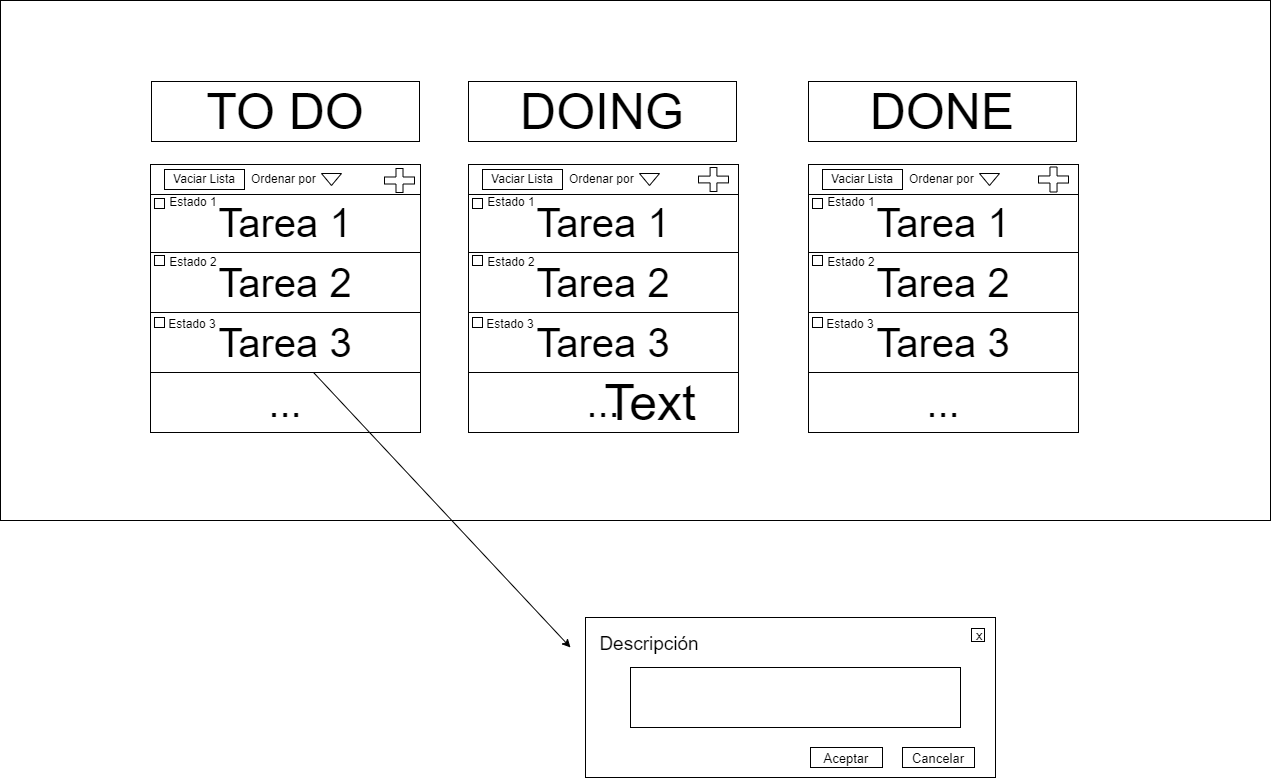
This is Maquetacion.png from OsmanMehmed/todo-list-web-nativo, a draw.io export, as it was before one commit. Source tidied: cells renumbered, new cells last; positions are measured from the earlier drawing's top-left corner, leaving out a move shared by most shapes.
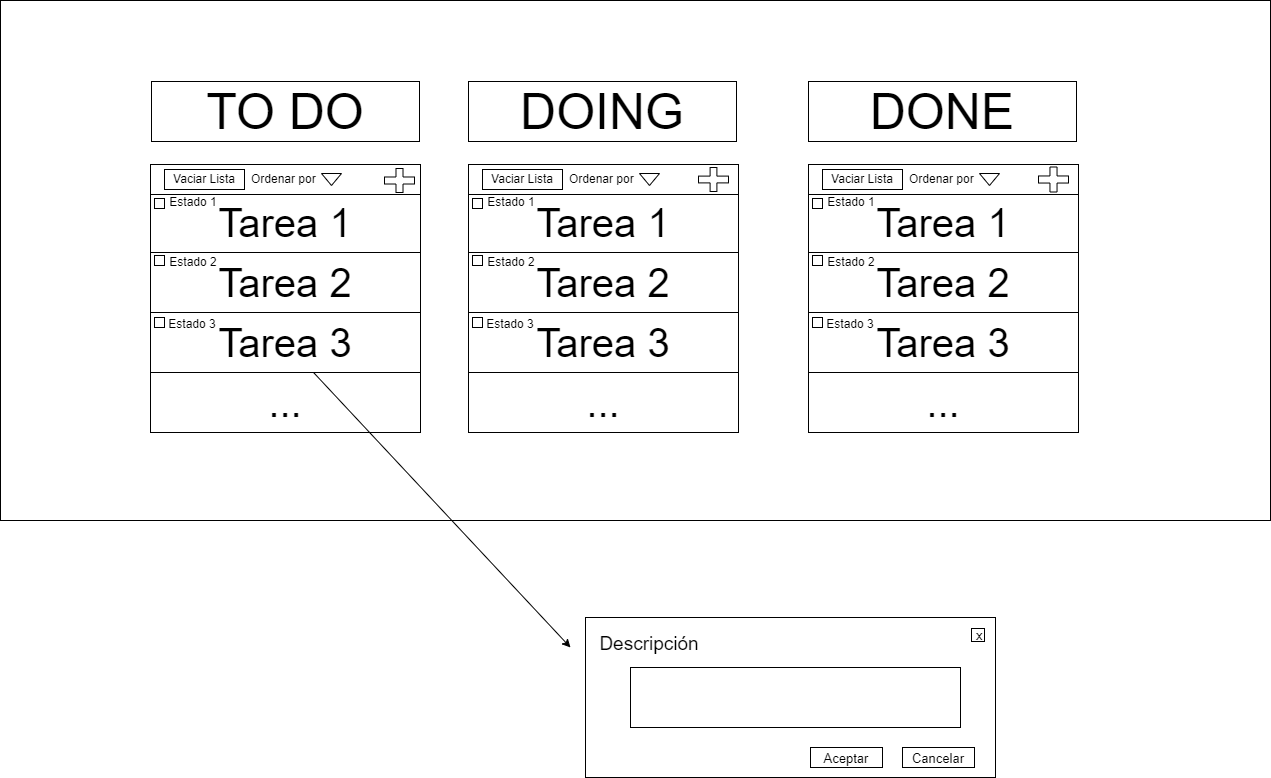
The same file after the commit.

Diff of the diagram source:
```diff
@@ -148,9 +148,6 @@
     <mxCell id="49" style="rounded=0;whiteSpace=wrap;html=1;fontSize=50;" parent="1" vertex="1">
       <mxGeometry x="585" y="617" width="410" height="160" as="geometry" />
     </mxCell>
-    <mxCell id="50" value="Text" style="text;html=1;strokeColor=none;fillColor=none;align=center;verticalAlign=middle;whiteSpace=wrap;rounded=0;fontSize=50;" parent="1" vertex="1">
-      <mxGeometry x="620" y="387" width="60" height="30" as="geometry" />
-    </mxCell>
     <mxCell id="51" value="&lt;font style=&quot;font-size: 19px&quot;&gt;Descripción&lt;/font&gt;" style="text;html=1;strokeColor=none;fillColor=none;align=center;verticalAlign=middle;whiteSpace=wrap;rounded=0;fontSize=50;" parent="1" vertex="1">
       <mxGeometry x="619" y="617" width="60" height="30" as="geometry" />
     </mxCell>
```
